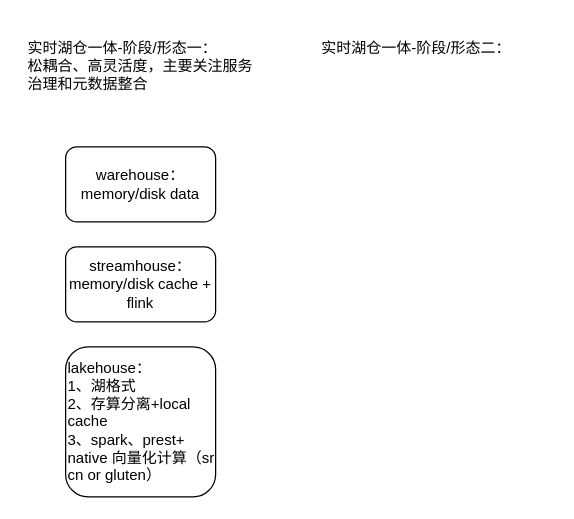
yuhuali1989/ui keeps this draw.io diagram as 天穹os.drawio. Above is the earlier version. Source tidied: cells renumbered, new cells numbered last; positions are measured from the earlier drawing's top-left corner, leaving out a move shared by most shapes. Both pictures are drawn from the tidied source at 125%, with x=0, y=0 at pixel (21, 34).
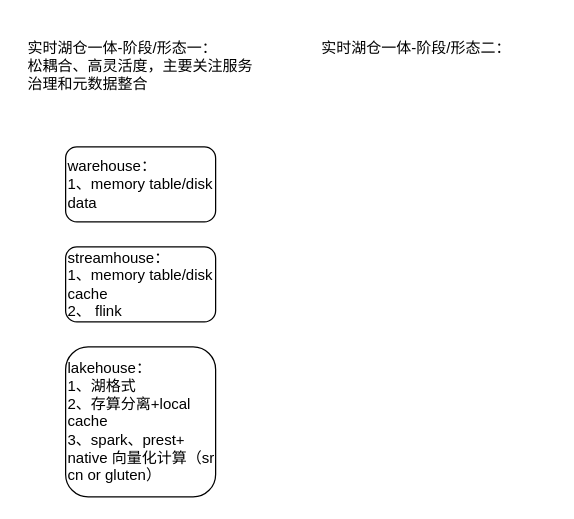
The same diagram, later.

Change to the diagram source:
```diff
@@
 <mxGraphModel>
   <root>
     <mxCell id="0" />
     <mxCell id="1" parent="0" />
-    <mxCell id="2" value="warehouse：memory/disk data" style="rounded=1;whiteSpace=wrap;html=1;" parent="1" vertex="1">
+    <mxCell id="2" value="warehouse：&lt;br&gt;1、memory table/disk data" style="rounded=1;whiteSpace=wrap;html=1;align=left;" parent="1" vertex="1">
       <mxGeometry x="35" y="90" width="120" height="60" as="geometry" />
     </mxCell>
     <mxCell id="3" value="lakehouse：&lt;br&gt;1、湖格式&lt;br&gt;2、存算分离+local cache&lt;br&gt;3、spark、prest+ native 向量化计算（sr cn or gluten）" style="rounded=1;whiteSpace=wrap;html=1;align=left;" parent="1" vertex="1">
       <mxGeometry x="35" y="250" width="120" height="120" as="geometry" />
     </mxCell>
     <mxCell id="4" value="&lt;br&gt;实时湖仓一体-阶段/形态一：&lt;br&gt;松耦合、高灵活度，主要关注服务治理和元数据整合" style="text;html=1;strokeColor=none;fillColor=none;spacing=5;spacingTop=-20;whiteSpace=wrap;overflow=hidden;rounded=0;" parent="1" vertex="1">
       <mxGeometry width="190" height="70" as="geometry" />
     </mxCell>
     <mxCell id="5" value="&lt;br&gt;实时湖仓一体-阶段/形态二：&lt;br&gt;" style="text;html=1;strokeColor=none;fillColor=none;spacing=5;spacingTop=-20;whiteSpace=wrap;overflow=hidden;rounded=0;" parent="1" vertex="1">
       <mxGeometry x="235" width="190" height="70" as="geometry" />
     </mxCell>
-    <mxCell id="6" value="streamhouse：memory/disk cache + flink" style="rounded=1;whiteSpace=wrap;html=1;" parent="1" vertex="1">
+    <mxCell id="6" value="streamhouse：&lt;br&gt;1、memory table/disk cache&lt;br&gt;2、 flink" style="rounded=1;whiteSpace=wrap;html=1;align=left;" parent="1" vertex="1">
       <mxGeometry x="35" y="170" width="120" height="60" as="geometry" />
     </mxCell>
   </root>
 </mxGraphModel>
```
